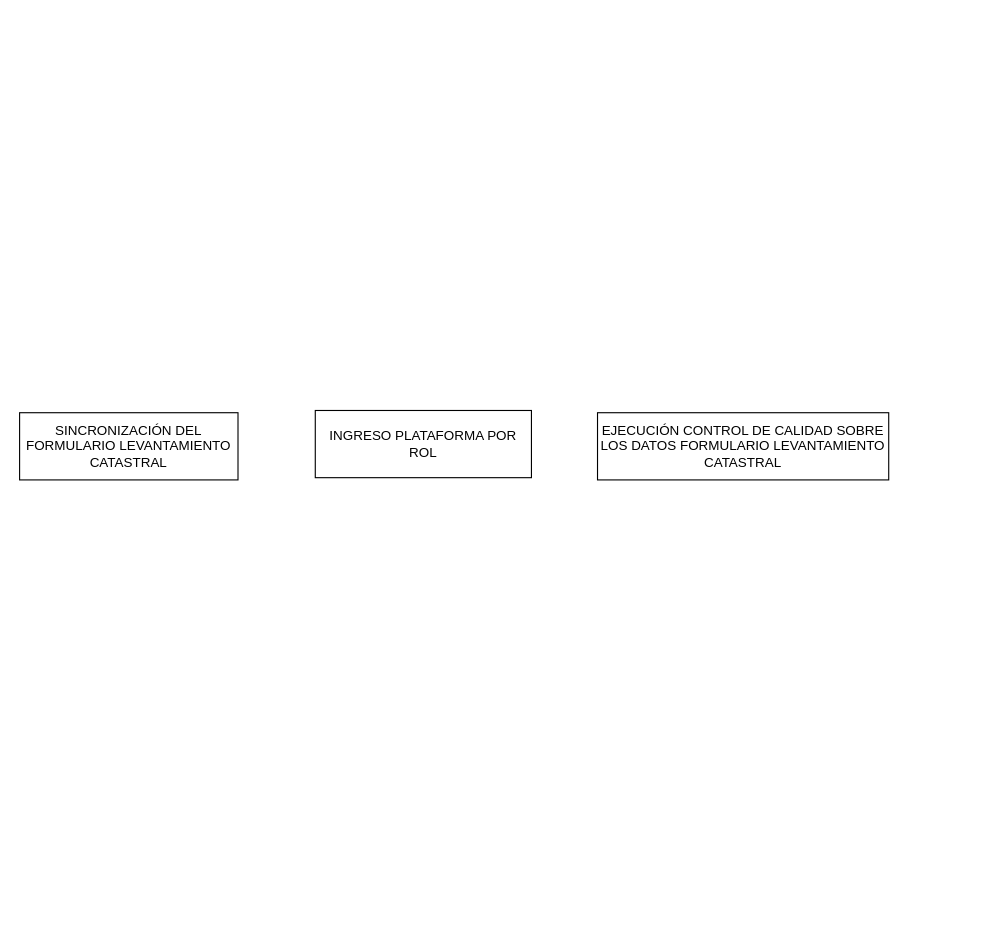
This is EdicionFormularioLC.drawio from rjsaby/FlujoProcesos, a draw.io file, before an edit. Source tidied: cells renumbered, new cells numbered last; positions are measured from the earlier drawing's top-left corner, leaving out a move shared by most shapes. Both pictures are drawn from the tidied source at 112%, with x=0, y=0 at pixel (19, 410).
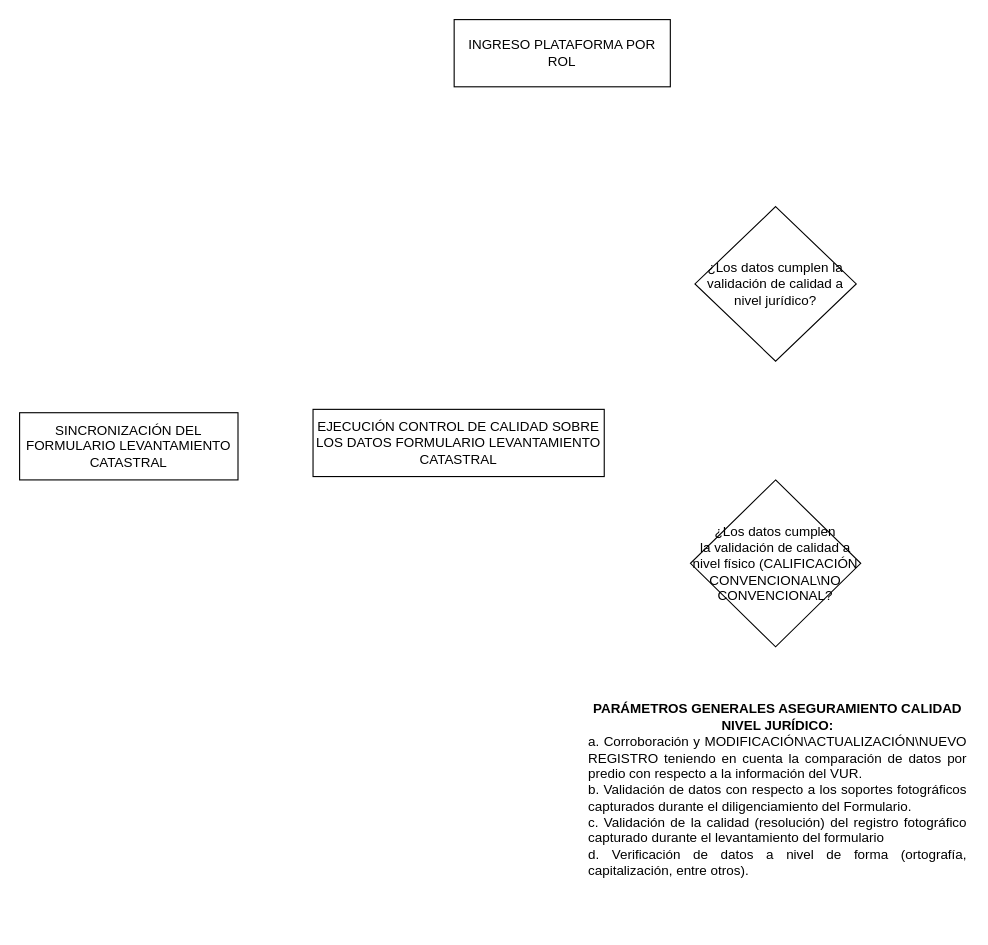
The same diagram, later.

What changed in the source:
```diff
@@
 <mxGraphModel background="#ffffff">
   <root>
     <mxCell id="0" />
     <mxCell id="1" parent="0" />
     <mxCell id="2" value="SINCRONIZACIÓN DEL FORMULARIO LEVANTAMIENTO CATASTRAL" style="rounded=0;whiteSpace=wrap;html=1;" parent="1" vertex="1">
       <mxGeometry y="2" width="195" height="60" as="geometry" />
     </mxCell>
     <mxCell id="3" value="INGRESO PLATAFORMA POR ROL" style="rounded=0;whiteSpace=wrap;html=1;" parent="1" vertex="1">
-      <mxGeometry x="264" width="193" height="60" as="geometry" />
+      <mxGeometry x="388" y="-349" width="193" height="60" as="geometry" />
     </mxCell>
     <mxCell id="4" value="EJECUCIÓN CONTROL DE CALIDAD SOBRE LOS DATOS FORMULARIO LEVANTAMIENTO CATASTRAL" style="rounded=0;whiteSpace=wrap;html=1;" parent="1" vertex="1">
-      <mxGeometry x="516" y="2" width="260" height="60" as="geometry" />
+      <mxGeometry x="262" y="-1" width="260" height="60" as="geometry" />
     </mxCell>
+    <mxCell id="5" value="¿Los datos cumplen la validación de calidad a nivel jurídico?" style="rhombus;whiteSpace=wrap;html=1;" parent="1" vertex="1">
+      <mxGeometry x="603" y="-182" width="144" height="138" as="geometry" />
+    </mxCell>
+    <mxCell id="6" value="¿Los datos cumplen &lt;br&gt;la validación de calidad a nivel físico (CALIFICACIÓN&lt;br&gt;CONVENCIONAL\NO&lt;br&gt;CONVENCIONAL?" style="rhombus;whiteSpace=wrap;html=1;" parent="1" vertex="1">
+      <mxGeometry x="599" y="62" width="152" height="149" as="geometry" />
+    </mxCell>
+    <mxCell id="7" value="&lt;b&gt;PARÁMETROS GENERALES ASEGURAMIENTO CALIDAD NIVEL JURÍDICO:&lt;/b&gt;&lt;br&gt;&lt;div style=&quot;text-align: justify&quot;&gt;&lt;span&gt;a. Corroboración y MODIFICACIÓN\ACTUALIZACIÓN\NUEVO REGISTRO teniendo en cuenta la comparación de datos por predio con respecto a la información del VUR.&lt;/span&gt;&lt;/div&gt;&lt;div style=&quot;text-align: justify&quot;&gt;&lt;span&gt;b. Validación de datos con respecto a los soportes fotográficos capturados durante el diligenciamiento del Formulario.&lt;/span&gt;&lt;/div&gt;&lt;div style=&quot;text-align: justify&quot;&gt;&lt;span&gt;c. Validación de la calidad (resolución) del registro fotográfico capturado durante el levantamiento del formulario&lt;/span&gt;&lt;/div&gt;&lt;div style=&quot;text-align: justify&quot;&gt;&lt;span&gt;d. Verificación de datos a nivel de forma (ortografía, capitalización, entre otros).&lt;/span&gt;&lt;/div&gt;" style="text;html=1;strokeColor=none;fillColor=none;align=center;verticalAlign=middle;whiteSpace=wrap;rounded=0;" parent="1" vertex="1">
+      <mxGeometry x="507" y="218" width="340" height="242" as="geometry" />
+    </mxCell>
   </root>
 </mxGraphModel>
```
